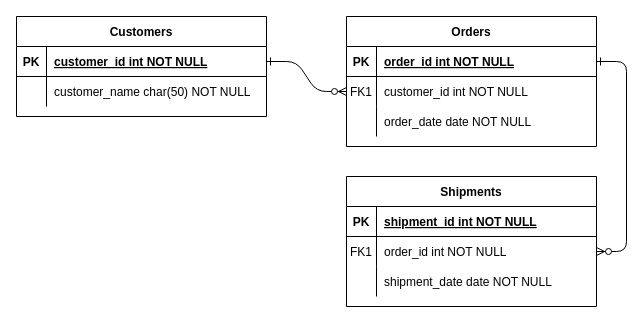
Earlier version of the draw.io diagram Diagramma senza titolo.drawio (nicvia85/PW-Nicola-Vianello-0312200996). Source tidied: cells renumbered, new cells numbered last; positions are measured from the earlier drawing's top-left corner, leaving out a move shared by most shapes. Both pictures are drawn from the tidied source at 100%, with x=0, y=0 at pixel (16, 16).
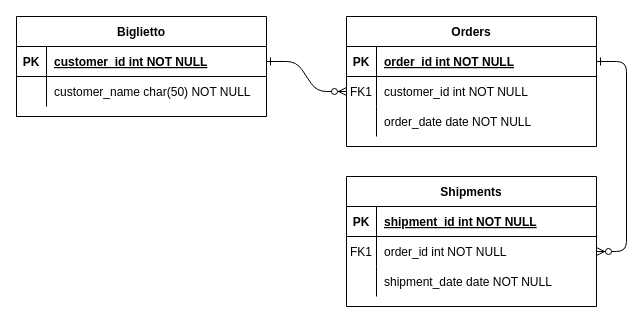
After the change.

The edit, as a diff of the source:
```diff
@@
-    <mxCell id="24" value="Customers" style="shape=table;startSize=30;childLayout=tableLayout;rowLines=0;fontStyle=1;align=center;" parent="1" vertex="1">
+    <mxCell id="24" value="Biglietto" style="shape=table;startSize=30;childLayout=tableLayout;rowLines=0;fontStyle=1;align=center;" parent="1" vertex="1">
       <mxGeometry width="250" height="100" as="geometry" />
     </mxCell>
```
